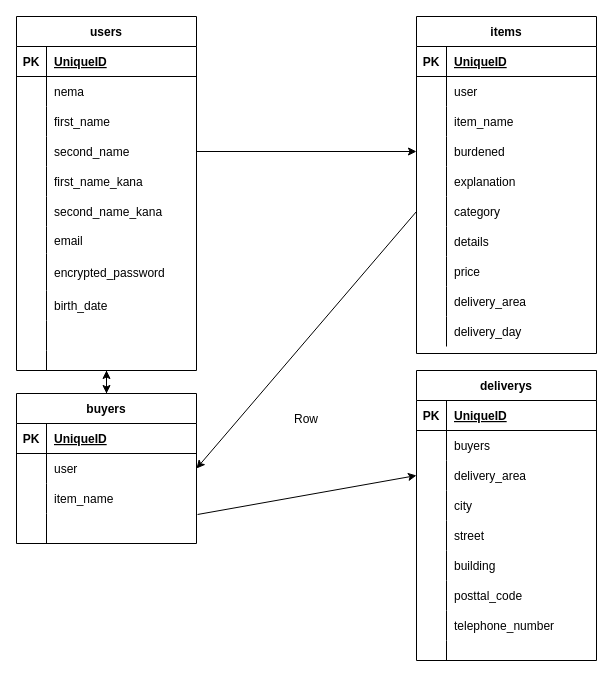
The draw.io diagram furima.dio in santakukoumei/furima-36689, before the edit. Source tidied: cells renumbered, new cells numbered last; positions are measured from the earlier drawing's top-left corner, leaving out a move shared by most shapes. Both pictures are drawn from the tidied source at 100%, with x=0, y=0 at pixel (16, 16).
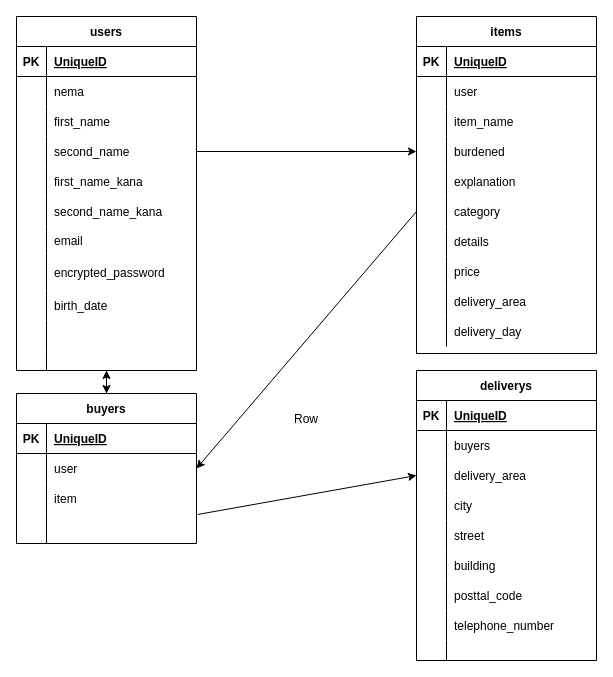
The same page after the edit.

Commit message (it also covers changes not shown here):
テーブル設計4

Unchanged cells that the change refers to:
```xml
<mxCell id="76" style="shape=partialRectangle;fillColor=none;top=0;left=0;bottom=0;right=0;" parent="69" vertex="1">
  <mxGeometry y="90" width="180" height="30" as="geometry" />
</mxCell>
```

Diff of the diagram source:
```diff
@@
-    <mxCell id="78" value="item_name" style="shape=partialRectangle;fillColor=none;top=0;left=0;bottom=0;right=0;align=left;spacingLeft=6;overflow=hidden;" parent="76" vertex="1">
+    <mxCell id="78" value="item" style="shape=partialRectangle;fillColor=none;top=0;left=0;bottom=0;right=0;align=left;spacingLeft=6;overflow=hidden;" parent="76" vertex="1">
       <mxGeometry x="30" width="150" height="30" as="geometry" />
     </mxCell>
```
